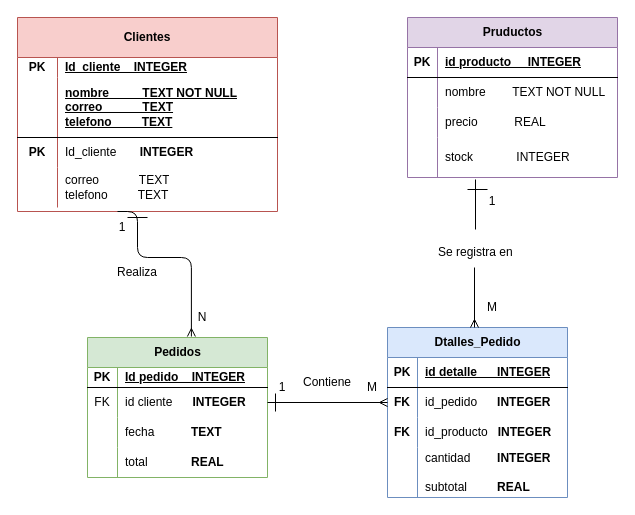
Above: Diagrama sin título.drawio in SgCuadros17/Parcial_SQL_SQLITE (draw.io), before the change. Source tidied: cells renumbered, new cells numbered last; positions are measured from the earlier drawing's top-left corner, leaving out a move shared by most shapes. Both pictures are drawn from the tidied source at 100%, with x=0, y=0 at pixel (17, 17).
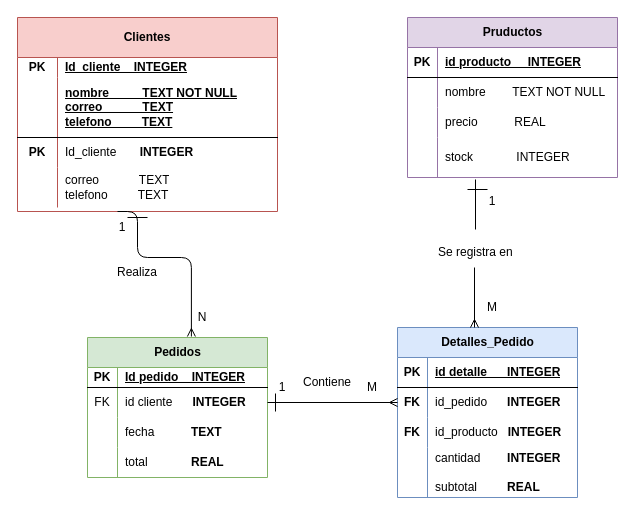
The same page after the edit.

The edit, as a diff of the source:
```diff
@@
-    <mxCell id="15" value="Dtalles_Pedido" style="shape=table;startSize=30;childLayout=tableLayout;rowLines=0;fontStyle=1;align=center;html=1;fillColor=#dae8fc;strokeColor=#6c8ebf;" parent="1" vertex="1">
-      <mxGeometry x="370" y="310" width="180" height="170" as="geometry" />
+    <mxCell id="15" value="Detalles_Pedido" style="shape=table;startSize=30;childLayout=tableLayout;rowLines=0;fontStyle=1;align=center;html=1;fillColor=#dae8fc;strokeColor=#6c8ebf;" parent="1" vertex="1">
+      <mxGeometry x="380" y="310" width="180" height="170" as="geometry" />
     </mxCell>
```
